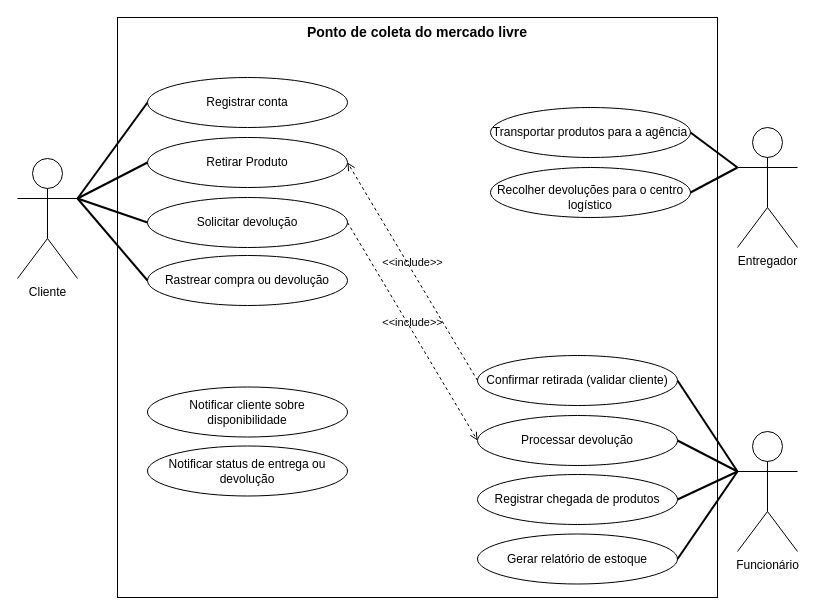
This is ESS_Atividade1.drawio from Leopoldofca/Unyleya_1Sem, a draw.io file, before an edit. Source tidied: cells renumbered, new cells numbered last; positions are measured from the earlier drawing's top-left corner, leaving out a move shared by most shapes. Both pictures are drawn from the tidied source at 100%, with x=0, y=0 at pixel (17, 17).
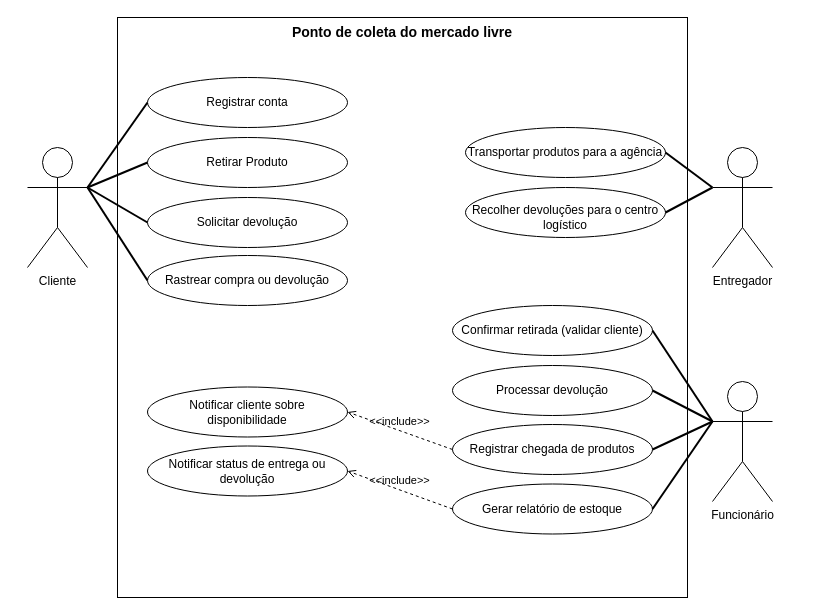
The same diagram, later.

Unchanged cells that the change refers to:
```xml
<mxCell id="7" value="Retirar Produto" style="ellipse;whiteSpace=wrap;html=1;" parent="1" vertex="1">
  <mxGeometry x="130" y="120" width="200" height="50" as="geometry" />
</mxCell>
<mxCell id="8" value="Solicitar devolução" style="ellipse;whiteSpace=wrap;html=1;" parent="1" vertex="1">
  <mxGeometry x="130" y="180" width="200" height="50" as="geometry" />
</mxCell>
<mxCell id="14" value="Notificar status de entrega ou devolução" style="ellipse;whiteSpace=wrap;html=1;" parent="1" vertex="1">
  <mxGeometry x="130" y="428.5" width="200" height="50" as="geometry" />
</mxCell>
<mxCell id="17" value="Notificar cliente sobre disponibilidade" style="ellipse;whiteSpace=wrap;html=1;" parent="1" vertex="1">
  <mxGeometry x="130" y="369.5" width="200" height="50" as="geometry" />
</mxCell>
```

What changed in the source:
```diff
@@
     <mxCell id="2" value="Ponto de coleta do mercado livre" style="rounded=0;whiteSpace=wrap;html=1;verticalAlign=top;fontSize=14;fontStyle=1;" parent="1" vertex="1">
-      <mxGeometry x="100" width="600" height="580" as="geometry" />
+      <mxGeometry x="100" width="570" height="580" as="geometry" />
     </mxCell>
     <mxCell id="3" value="Funcionário" style="shape=umlActor;verticalLabelPosition=bottom;verticalAlign=top;html=1;outlineConnect=0;" parent="1" vertex="1">
-      <mxGeometry x="720" y="414" width="60" height="120" as="geometry" />
+      <mxGeometry x="695" y="364" width="60" height="120" as="geometry" />
     </mxCell>
     <mxCell id="4" value="Entregador" style="shape=umlActor;verticalLabelPosition=bottom;verticalAlign=top;html=1;outlineConnect=0;" parent="1" vertex="1">
-      <mxGeometry x="720" y="110" width="60" height="120" as="geometry" />
+      <mxGeometry x="695" y="130" width="60" height="120" as="geometry" />
     </mxCell>
     <mxCell id="5" value="Cliente" style="shape=umlActor;verticalLabelPosition=bottom;verticalAlign=top;html=1;outlineConnect=0;" parent="1" vertex="1">
-      <mxGeometry y="141" width="60" height="120" as="geometry" />
+      <mxGeometry x="10" y="130" width="60" height="120" as="geometry" />
     </mxCell>
@@
     <mxCell id="9" value="Registrar chegada de produtos" style="ellipse;whiteSpace=wrap;html=1;" parent="1" vertex="1">
-      <mxGeometry x="460" y="457" width="200" height="50" as="geometry" />
+      <mxGeometry x="435" y="407" width="200" height="50" as="geometry" />
     </mxCell>
     <mxCell id="10" value="Confirmar retirada (validar cliente)" style="ellipse;whiteSpace=wrap;html=1;" parent="1" vertex="1">
-      <mxGeometry x="460" y="338" width="200" height="50" as="geometry" />
+      <mxGeometry x="435" y="288" width="200" height="50" as="geometry" />
     </mxCell>
     <mxCell id="11" value="Processar devolução" style="ellipse;whiteSpace=wrap;html=1;" parent="1" vertex="1">
-      <mxGeometry x="460" y="398" width="200" height="50" as="geometry" />
+      <mxGeometry x="435" y="348" width="200" height="50" as="geometry" />
     </mxCell>
     <mxCell id="12" value="Transportar produtos para a agência" style="ellipse;whiteSpace=wrap;html=1;spacingTop=0;" parent="1" vertex="1">
-      <mxGeometry x="473" y="90" width="200" height="50" as="geometry" />
+      <mxGeometry x="448" y="110" width="200" height="50" as="geometry" />
     </mxCell>
     <mxCell id="13" value="Recolher devoluções para o centro logístico" style="ellipse;whiteSpace=wrap;html=1;spacingTop=10;" parent="1" vertex="1">
-      <mxGeometry x="473" y="150" width="200" height="50" as="geometry" />
+      <mxGeometry x="448" y="170" width="200" height="50" as="geometry" />
     </mxCell>
@@
     <mxCell id="15" value="Gerar relatório de estoque" style="ellipse;whiteSpace=wrap;html=1;" parent="1" vertex="1">
-      <mxGeometry x="460" y="516.5" width="200" height="50" as="geometry" />
+      <mxGeometry x="435" y="466.5" width="200" height="50" as="geometry" />
     </mxCell>
@@
-    <mxCell id="28" value="&amp;lt;&amp;lt;include&amp;gt;&amp;gt;" style="html=1;verticalAlign=bottom;labelBackgroundColor=none;endArrow=open;endFill=0;dashed=1;rounded=0;exitX=0;exitY=0.5;exitDx=0;exitDy=0;entryX=1;entryY=0.5;entryDx=0;entryDy=0;" parent="1" edge="1" source="10" target="7">
-      <mxGeometry relative="1" as="geometry" />
-    </mxCell>
-    <mxCell id="29" value="&amp;lt;&amp;lt;include&amp;gt;&amp;gt;" style="html=1;verticalAlign=bottom;labelBackgroundColor=none;endArrow=open;endFill=0;dashed=1;rounded=0;exitX=1;exitY=0.5;exitDx=0;exitDy=0;entryX=0;entryY=0.5;entryDx=0;entryDy=0;" parent="1" edge="1" source="8" target="11">
-      <mxGeometry relative="1" as="geometry" />
-    </mxCell>
+    <mxCell id="30" value="&amp;lt;&amp;lt;include&amp;gt;&amp;gt;" style="html=1;verticalAlign=bottom;labelBackgroundColor=none;endArrow=open;endFill=0;dashed=1;rounded=0;exitX=0;exitY=0.5;exitDx=0;exitDy=0;entryX=1;entryY=0.5;entryDx=0;entryDy=0;" parent="1" edge="1" source="9" target="17">
+      <mxGeometry relative="1" as="geometry" />
+    </mxCell>
+    <mxCell id="31" value="&amp;lt;&amp;lt;include&amp;gt;&amp;gt;" style="html=1;verticalAlign=bottom;labelBackgroundColor=none;endArrow=open;endFill=0;dashed=1;rounded=0;exitX=0;exitY=0.5;exitDx=0;exitDy=0;entryX=1;entryY=0.5;entryDx=0;entryDy=0;" parent="1" edge="1" source="15" target="14">
+      <mxGeometry relative="1" as="geometry" />
+    </mxCell>
```
